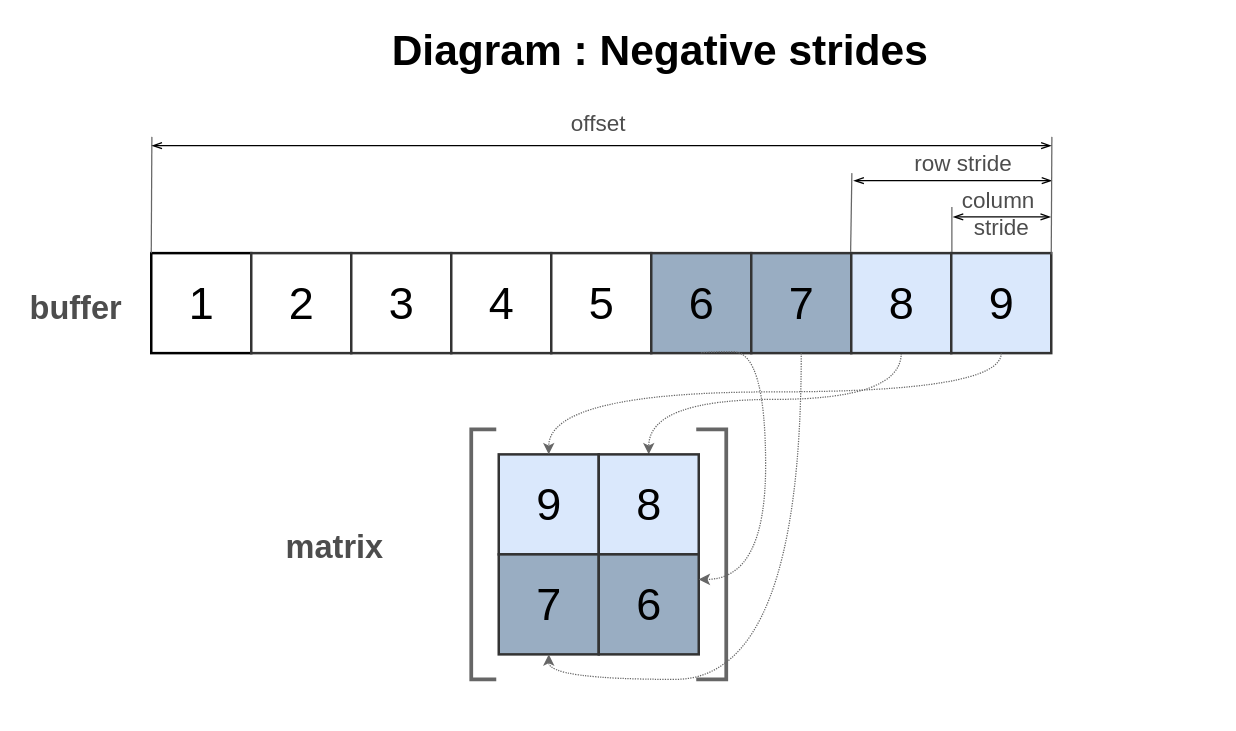
The draw.io diagram page "NegativeStrides" (4 of 4) of doc/img/Matrix.drawio in Wandalen/wMathMatrix, before the edit. Source tidied: cells renumbered, new cells numbered last; positions are measured from the earlier drawing's top-left corner, leaving out a move shared by most shapes. Both pictures are drawn from the tidied source at 125%, with x=0, y=0 at pixel (21, 21).
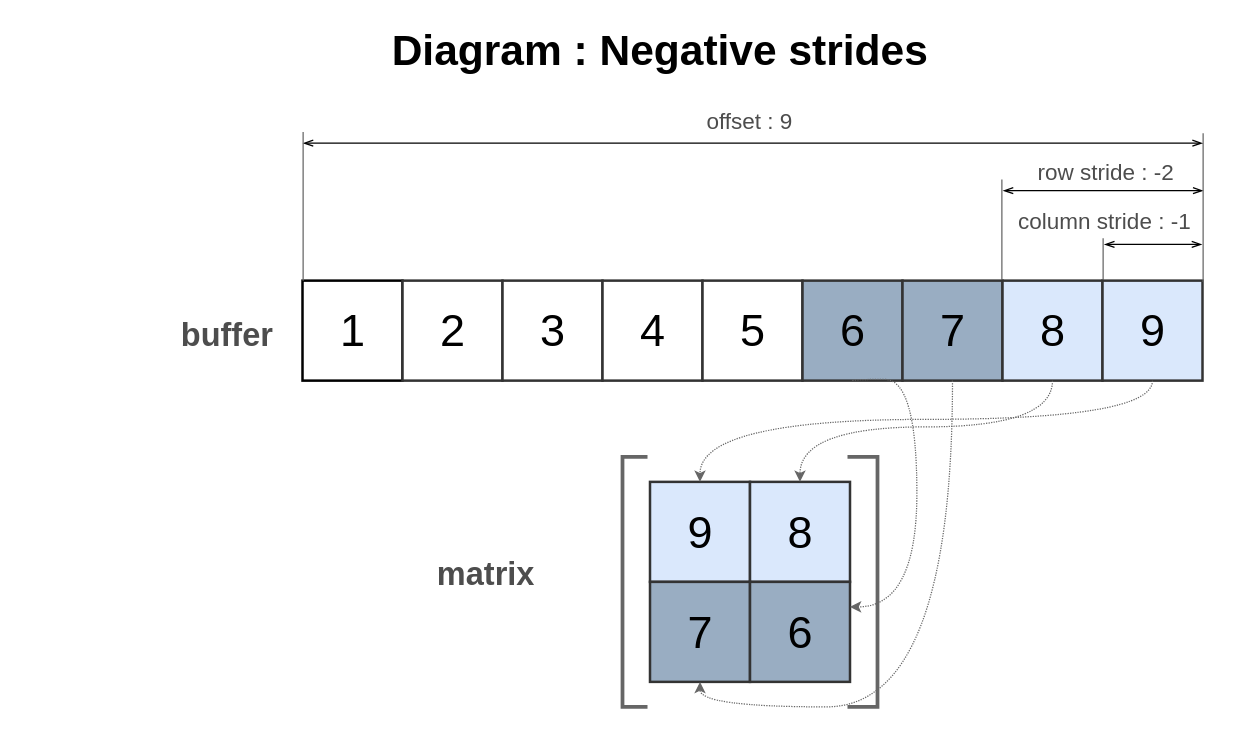
The same page after the edit.

Diff of the diagram source:
```diff
@@
+    <mxCell id="13" value="Diagram : Negative strides&amp;nbsp;" style="text;html=1;align=center;verticalAlign=middle;fontSize=34;fontColor=#000000;fontStyle=1;" parent="1" vertex="1">
+      <mxGeometry x="291" width="447" height="46" as="geometry" />
+    </mxCell>
+    <mxCell id="34" style="group;" parent="1" vertex="1">
+      <mxGeometry x="121" y="66" width="824" height="482" as="geometry" />
+    </mxCell>
-    <mxCell id="2" value="1" style="whiteSpace=wrap;html=1;strokeWidth=2;fontSize=36;strokeColor=#000000;fillColor=#FFFFFF;" parent="1" vertex="1">
-      <mxGeometry x="103.5" y="185" width="80" height="80" as="geometry" />
+    <mxCell id="2" value="1" style="whiteSpace=wrap;html=1;strokeWidth=2;fontSize=36;strokeColor=#000000;fillColor=#FFFFFF;" parent="34" vertex="1">
+      <mxGeometry x="103.5" y="141" width="80" height="80" as="geometry" />
     </mxCell>
-    <mxCell id="3" value="2" style="whiteSpace=wrap;html=1;strokeWidth=2;fontSize=36;fillColor=#FFFFFF;strokeColor=#333333;" parent="1" vertex="1">
-      <mxGeometry x="183.5" y="185" width="80" height="80" as="geometry" />
+    <mxCell id="3" value="2" style="whiteSpace=wrap;html=1;strokeWidth=2;fontSize=36;fillColor=#FFFFFF;strokeColor=#333333;" parent="34" vertex="1">
+      <mxGeometry x="183.5" y="141" width="80" height="80" as="geometry" />
     </mxCell>
-    <mxCell id="4" style="edgeStyle=orthogonalEdgeStyle;rounded=0;jettySize=auto;html=1;exitX=0.5;exitY=1;exitDx=0;exitDy=0;entryX=0.5;entryY=0;entryDx=0;entryDy=0;strokeColor=#666666;curved=1;dashed=1;dashPattern=1 1;" parent="1" edge="1" source="11" target="16">
-      <mxGeometry relative="1" as="geometry">
-        <Array as="points">
-          <mxPoint x="704" y="302" />
-          <mxPoint x="502" y="302" />
-        </Array>
-      </mxGeometry>
-    </mxCell>
-    <mxCell id="5" value="3" style="whiteSpace=wrap;html=1;strokeWidth=2;fontSize=36;strokeColor=#333333;fillColor=#FFFFFF;" parent="1" vertex="1">
-      <mxGeometry x="263.5" y="185" width="80" height="80" as="geometry" />
+    <mxCell id="5" value="3" style="whiteSpace=wrap;html=1;strokeWidth=2;fontSize=36;strokeColor=#333333;fillColor=#FFFFFF;" parent="34" vertex="1">
+      <mxGeometry x="263.5" y="141" width="80" height="80" as="geometry" />
     </mxCell>
-    <mxCell id="6" value="4" style="whiteSpace=wrap;html=1;strokeWidth=2;fontSize=36;fillColor=#FFFFFF;strokeColor=#333333;" parent="1" vertex="1">
-      <mxGeometry x="343.5" y="185" width="80" height="80" as="geometry" />
+    <mxCell id="6" value="4" style="whiteSpace=wrap;html=1;strokeWidth=2;fontSize=36;fillColor=#FFFFFF;strokeColor=#333333;" parent="34" vertex="1">
+      <mxGeometry x="343.5" y="141" width="80" height="80" as="geometry" />
     </mxCell>
-    <mxCell id="7" value="5" style="whiteSpace=wrap;html=1;strokeWidth=2;fontSize=36;strokeColor=#333333;fillColor=#FFFFFF;gradientColor=none;" parent="1" vertex="1">
-      <mxGeometry x="423.5" y="185" width="80" height="80" as="geometry" />
+    <mxCell id="7" value="5" style="whiteSpace=wrap;html=1;strokeWidth=2;fontSize=36;strokeColor=#333333;fillColor=#FFFFFF;gradientColor=none;" parent="34" vertex="1">
+      <mxGeometry x="423.5" y="141" width="80" height="80" as="geometry" />
     </mxCell>
-    <mxCell id="8" value="6" style="whiteSpace=wrap;html=1;strokeWidth=2;fontSize=36;fillColor=#99ADC2;strokeColor=#333333;" parent="1" vertex="1">
-      <mxGeometry x="503.5" y="185" width="80" height="80" as="geometry" />
+    <mxCell id="8" value="6" style="whiteSpace=wrap;html=1;strokeWidth=2;fontSize=36;fillColor=#99ADC2;strokeColor=#333333;" parent="34" vertex="1">
+      <mxGeometry x="503.5" y="141" width="80" height="80" as="geometry" />
     </mxCell>
-    <mxCell id="9" value="7" style="whiteSpace=wrap;html=1;strokeWidth=2;fontSize=36;strokeColor=#333333;fillColor=#99ADC2;fontColor=#000000;" parent="1" vertex="1">
-      <mxGeometry x="583.5" y="185" width="80" height="80" as="geometry" />
+    <mxCell id="9" value="7" style="whiteSpace=wrap;html=1;strokeWidth=2;fontSize=36;strokeColor=#333333;fillColor=#99ADC2;fontColor=#000000;" parent="34" vertex="1">
+      <mxGeometry x="583.5" y="141" width="80" height="80" as="geometry" />
     </mxCell>
-    <mxCell id="10" value="buffer" style="text;html=1;align=center;verticalAlign=middle;fontSize=26;fontColor=#4D4D4D;fontStyle=1;" parent="1" vertex="1">
-      <mxGeometry y="211" width="85" height="36" as="geometry" />
+    <mxCell id="10" value="buffer" style="text;html=1;align=center;verticalAlign=middle;fontSize=26;fontColor=#4D4D4D;fontStyle=1;" parent="34" vertex="1">
+      <mxGeometry y="167" width="85" height="36" as="geometry" />
     </mxCell>
-    <mxCell id="11" value="8" style="whiteSpace=wrap;html=1;strokeWidth=2;fontSize=36;strokeColor=#333333;fillColor=#DAE8FC;" parent="1" vertex="1">
-      <mxGeometry x="663.5" y="185" width="80" height="80" as="geometry" />
+    <mxCell id="11" value="8" style="whiteSpace=wrap;html=1;strokeWidth=2;fontSize=36;strokeColor=#333333;fillColor=#DAE8FC;" parent="34" vertex="1">
+      <mxGeometry x="663.5" y="141" width="80" height="80" as="geometry" />
     </mxCell>
-    <mxCell id="12" value="9" style="whiteSpace=wrap;html=1;strokeWidth=2;fontSize=36;strokeColor=#333333;fillColor=#DAE8FC;" parent="1" vertex="1">
-      <mxGeometry x="743.5" y="185" width="80" height="80" as="geometry" />
+    <mxCell id="12" value="9" style="whiteSpace=wrap;html=1;strokeWidth=2;fontSize=36;strokeColor=#333333;fillColor=#DAE8FC;" parent="34" vertex="1">
+      <mxGeometry x="743.5" y="141" width="80" height="80" as="geometry" />
     </mxCell>
-    <mxCell id="13" value="Diagram : Negative strides&amp;nbsp;" style="text;html=1;align=center;verticalAlign=middle;fontSize=34;fontColor=#000000;fontStyle=1;" parent="1" vertex="1">
-      <mxGeometry x="291" width="447" height="46" as="geometry" />
-    </mxCell>
-    <mxCell id="14" value="matrix" style="text;html=1;align=center;verticalAlign=middle;fontSize=26;fontColor=#4D4D4D;fontStyle=1;" parent="1" vertex="1">
-      <mxGeometry x="206" y="402" width="88" height="36" as="geometry" />
+    <mxCell id="14" value="matrix" style="text;html=1;align=center;verticalAlign=middle;fontSize=26;fontColor=#4D4D4D;fontStyle=1;" parent="34" vertex="1">
+      <mxGeometry x="206" y="358" width="88" height="36" as="geometry" />
     </mxCell>
-    <mxCell id="15" value="9" style="whiteSpace=wrap;html=1;strokeWidth=2;fontSize=36;strokeColor=#333333;fillColor=#DAE8FC;" parent="1" vertex="1">
-      <mxGeometry x="381.5" y="346" width="80" height="80" as="geometry" />
+    <mxCell id="15" value="9" style="whiteSpace=wrap;html=1;strokeWidth=2;fontSize=36;strokeColor=#333333;fillColor=#DAE8FC;" parent="34" vertex="1">
+      <mxGeometry x="381.5" y="302" width="80" height="80" as="geometry" />
     </mxCell>
-    <mxCell id="16" value="8" style="whiteSpace=wrap;html=1;strokeWidth=2;fontSize=36;strokeColor=#333333;fillColor=#DAE8FC;" parent="1" vertex="1">
-      <mxGeometry x="461.5" y="346" width="80" height="80" as="geometry" />
+    <mxCell id="16" value="8" style="whiteSpace=wrap;html=1;strokeWidth=2;fontSize=36;strokeColor=#333333;fillColor=#DAE8FC;" parent="34" vertex="1">
+      <mxGeometry x="461.5" y="302" width="80" height="80" as="geometry" />
     </mxCell>
-    <mxCell id="17" value="7" style="whiteSpace=wrap;html=1;strokeWidth=2;fontSize=36;strokeColor=#333333;fillColor=#99ADC2;gradientColor=none;" parent="1" vertex="1">
-      <mxGeometry x="381.5" y="426" width="80" height="80" as="geometry" />
+    <mxCell id="17" value="7" style="whiteSpace=wrap;html=1;strokeWidth=2;fontSize=36;strokeColor=#333333;fillColor=#99ADC2;gradientColor=none;" parent="34" vertex="1">
+      <mxGeometry x="381.5" y="382" width="80" height="80" as="geometry" />
     </mxCell>
-    <mxCell id="18" value="6" style="whiteSpace=wrap;html=1;strokeWidth=2;fontSize=36;strokeColor=#333333;fillColor=#99ADC2;fontColor=#000000;" parent="1" vertex="1">
-      <mxGeometry x="461.5" y="426" width="80" height="80" as="geometry" />
+    <mxCell id="18" value="6" style="whiteSpace=wrap;html=1;strokeWidth=2;fontSize=36;strokeColor=#333333;fillColor=#99ADC2;fontColor=#000000;" parent="34" vertex="1">
+      <mxGeometry x="461.5" y="382" width="80" height="80" as="geometry" />
     </mxCell>
-    <mxCell id="19" style="endArrow=none;html=1;fontSize=40;strokeWidth=3;rounded=0;strokeColor=#666666;" parent="1" edge="1">
+    <mxCell id="19" style="endArrow=none;html=1;fontSize=40;strokeWidth=3;rounded=0;strokeColor=#666666;" parent="34" edge="1">
       <mxGeometry relative="1" as="geometry">
-        <mxPoint x="379.5" y="526" as="sourcePoint" />
-        <mxPoint x="379.5" y="326" as="targetPoint" />
+        <mxPoint x="379.5" y="482" as="sourcePoint" />
+        <mxPoint x="379.5" y="282" as="targetPoint" />
         <Array as="points">
-          <mxPoint x="359.5" y="526" />
-          <mxPoint x="359.5" y="326" />
+          <mxPoint x="359.5" y="482" />
+          <mxPoint x="359.5" y="282" />
         </Array>
       </mxGeometry>
     </mxCell>
-    <mxCell id="20" style="endArrow=none;html=1;fontSize=40;strokeWidth=3;rounded=0;strokeColor=#666666;" parent="1" edge="1">
+    <mxCell id="20" style="endArrow=none;html=1;fontSize=40;strokeWidth=3;rounded=0;strokeColor=#666666;" parent="34" edge="1">
       <mxGeometry relative="1" as="geometry">
-        <mxPoint x="539.5" y="326" as="sourcePoint" />
-        <mxPoint x="539.5" y="526" as="targetPoint" />
+        <mxPoint x="539.5" y="282" as="sourcePoint" />
+        <mxPoint x="539.5" y="482" as="targetPoint" />
         <Array as="points">
-          <mxPoint x="563.5" y="326" />
-          <mxPoint x="563.5" y="526" />
+          <mxPoint x="563.5" y="282" />
+          <mxPoint x="563.5" y="482" />
         </Array>
       </mxGeometry>
     </mxCell>
+    <mxCell id="4" style="edgeStyle=orthogonalEdgeStyle;rounded=0;jettySize=auto;html=1;exitX=0.5;exitY=1;exitDx=0;exitDy=0;entryX=0.5;entryY=0;entryDx=0;entryDy=0;strokeColor=#666666;curved=1;dashed=1;dashPattern=1 1;" parent="34" edge="1" source="11" target="16">
+      <mxGeometry relative="1" as="geometry">
+        <Array as="points">
+          <mxPoint x="704" y="258" />
+          <mxPoint x="502" y="258" />
+        </Array>
+      </mxGeometry>
+    </mxCell>
-    <mxCell id="21" style="edgeStyle=orthogonalEdgeStyle;rounded=0;jettySize=auto;html=1;exitX=0.5;exitY=1;exitDx=0;exitDy=0;entryX=0.5;entryY=0;entryDx=0;entryDy=0;strokeColor=#666666;curved=1;dashed=1;dashPattern=1 1;" parent="1" edge="1" source="12" target="15">
+    <mxCell id="21" style="edgeStyle=orthogonalEdgeStyle;rounded=0;jettySize=auto;html=1;exitX=0.5;exitY=1;exitDx=0;exitDy=0;entryX=0.5;entryY=0;entryDx=0;entryDy=0;strokeColor=#666666;curved=1;dashed=1;dashPattern=1 1;" parent="34" edge="1" source="12" target="15">
       <mxGeometry relative="1" as="geometry">
         <Array as="points">
-          <mxPoint x="784" y="296" />
-          <mxPoint x="422" y="296" />
+          <mxPoint x="784" y="252" />
+          <mxPoint x="422" y="252" />
         </Array>
       </mxGeometry>
     </mxCell>
-    <mxCell id="22" style="edgeStyle=orthogonalEdgeStyle;rounded=0;jettySize=auto;html=1;exitX=0.5;exitY=1;exitDx=0;exitDy=0;strokeColor=#666666;curved=1;dashed=1;dashPattern=1 1;entryX=1;entryY=0.25;entryDx=0;entryDy=0;" parent="1" edge="1" source="8" target="18">
+    <mxCell id="22" style="edgeStyle=orthogonalEdgeStyle;rounded=0;jettySize=auto;html=1;exitX=0.5;exitY=1;exitDx=0;exitDy=0;strokeColor=#666666;curved=1;dashed=1;dashPattern=1 1;entryX=1;entryY=0.25;entryDx=0;entryDy=0;" parent="34" edge="1" source="8" target="18">
       <mxGeometry relative="1" as="geometry">
         <Array as="points">
-          <mxPoint x="595" y="264" />
-          <mxPoint x="595" y="446" />
+          <mxPoint x="595" y="220" />
+          <mxPoint x="595" y="402" />
         </Array>
       </mxGeometry>
     </mxCell>
-    <mxCell id="23" style="edgeStyle=orthogonalEdgeStyle;rounded=0;jettySize=auto;html=1;entryX=0.5;entryY=1;entryDx=0;entryDy=0;strokeColor=#666666;curved=1;dashed=1;dashPattern=1 1;exitX=0.5;exitY=1;exitDx=0;exitDy=0;" parent="1" edge="1" source="9" target="17">
+    <mxCell id="23" style="edgeStyle=orthogonalEdgeStyle;rounded=0;jettySize=auto;html=1;entryX=0.5;entryY=1;entryDx=0;entryDy=0;strokeColor=#666666;curved=1;dashed=1;dashPattern=1 1;exitX=0.5;exitY=1;exitDx=0;exitDy=0;" parent="34" edge="1" source="9" target="17">
       <mxGeometry relative="1" as="geometry" />
     </mxCell>
-    <mxCell id="24" value="column&lt;br&gt;&amp;nbsp;stride" style="text;html=1;align=center;verticalAlign=middle;fontSize=18;fontColor=#4D4D4D;" parent="1" vertex="1">
-      <mxGeometry x="746" y="129" width="69" height="49" as="geometry" />
+    <mxCell id="24" value="column stride : -1" style="text;html=1;align=center;verticalAlign=middle;fontSize=18;fontColor=#4D4D4D;" parent="34" vertex="1">
+      <mxGeometry x="670" y="80" width="149" height="27" as="geometry" />
     </mxCell>
-    <mxCell id="25" value="row stride" style="text;html=1;align=center;verticalAlign=middle;fontSize=18;fontColor=#4D4D4D;" parent="1" vertex="1">
-      <mxGeometry x="708" y="100" width="89" height="27" as="geometry" />
+    <mxCell id="25" value="row stride : -2" style="text;html=1;align=center;verticalAlign=middle;fontSize=18;fontColor=#4D4D4D;" parent="34" vertex="1">
+      <mxGeometry x="686" y="41" width="120" height="27" as="geometry" />
     </mxCell>
-    <mxCell id="26" style="endArrow=none;html=1;strokeColor=#666666;strokeWidth=1;fontSize=26;fontColor=#333333;exitX=0;exitY=0;exitDx=0;exitDy=0;" parent="1" edge="1">
+    <mxCell id="26" style="endArrow=none;html=1;strokeColor=#666666;strokeWidth=1;fontSize=26;fontColor=#333333;exitX=0;exitY=0;exitDx=0;exitDy=0;" parent="34" edge="1">
       <mxGeometry relative="1" as="geometry">
-        <mxPoint x="663" y="184" as="sourcePoint" />
-        <mxPoint x="664" y="121" as="targetPoint" />
+        <mxPoint x="663" y="140" as="sourcePoint" />
+        <mxPoint x="663" y="60" as="targetPoint" />
       </mxGeometry>
     </mxCell>
-    <mxCell id="27" style="endArrow=openThin;startArrow=openThin;html=1;strokeColor=#000000;strokeWidth=1;fontSize=26;fontColor=#333333;startFill=0;endFill=0;" parent="1" edge="1">
+    <mxCell id="27" style="endArrow=openThin;startArrow=openThin;html=1;strokeColor=#000000;strokeWidth=1;fontSize=26;fontColor=#333333;startFill=0;endFill=0;" parent="34" edge="1">
       <mxGeometry relative="1" as="geometry">
-        <mxPoint x="745" y="156" as="sourcePoint" />
-        <mxPoint x="823" y="156" as="targetPoint" />
+        <mxPoint x="745" y="112" as="sourcePoint" />
+        <mxPoint x="823" y="112" as="targetPoint" />
       </mxGeometry>
     </mxCell>
-    <mxCell id="28" style="endArrow=none;html=1;strokeColor=#666666;strokeWidth=1;fontSize=26;fontColor=#333333;exitX=0;exitY=0;exitDx=0;exitDy=0;" parent="1" edge="1">
-      <mxGeometry relative="1" as="geometry">
-        <mxPoint x="103.5" y="185" as="sourcePoint" />
-        <mxPoint x="104" y="92" as="targetPoint" />
-      </mxGeometry>
-    </mxCell>
-    <mxCell id="29" style="endArrow=openThin;startArrow=openThin;html=1;strokeColor=#000000;strokeWidth=1;fontSize=26;fontColor=#333333;startFill=0;endFill=0;" parent="1" edge="1">
+    <mxCell id="29" style="endArrow=openThin;startArrow=openThin;html=1;strokeColor=#000000;strokeWidth=1;fontSize=26;fontColor=#333333;startFill=0;endFill=0;" parent="34" edge="1">
       <mxGeometry relative="1" as="geometry">
-        <mxPoint x="665.5" y="127" as="sourcePoint" />
-        <mxPoint x="824" y="127" as="targetPoint" />
+        <mxPoint x="664" y="69" as="sourcePoint" />
+        <mxPoint x="824" y="69" as="targetPoint" />
       </mxGeometry>
     </mxCell>
-    <mxCell id="30" style="endArrow=none;html=1;strokeColor=#666666;strokeWidth=1;fontSize=26;fontColor=#333333;exitX=0;exitY=0;exitDx=0;exitDy=0;" parent="1" edge="1">
+    <mxCell id="30" style="endArrow=none;html=1;strokeColor=#666666;strokeWidth=1;fontSize=26;fontColor=#333333;exitX=0;exitY=0;exitDx=0;exitDy=0;" parent="34" edge="1">
       <mxGeometry relative="1" as="geometry">
-        <mxPoint x="744" y="184" as="sourcePoint" />
-        <mxPoint x="744" y="148" as="targetPoint" />
+        <mxPoint x="744" y="140" as="sourcePoint" />
+        <mxPoint x="744" y="107" as="targetPoint" />
       </mxGeometry>
     </mxCell>
-    <mxCell id="31" style="endArrow=none;html=1;strokeColor=#666666;strokeWidth=1;fontSize=26;fontColor=#333333;exitX=0;exitY=0;exitDx=0;exitDy=0;" parent="1" edge="1">
+    <mxCell id="31" style="endArrow=none;html=1;strokeColor=#666666;strokeWidth=1;fontSize=26;fontColor=#333333;exitX=0;exitY=0;exitDx=0;exitDy=0;" parent="34" edge="1">
       <mxGeometry relative="1" as="geometry">
-        <mxPoint x="823.5" y="186" as="sourcePoint" />
-        <mxPoint x="824" y="92" as="targetPoint" />
+        <mxPoint x="824" y="142" as="sourcePoint" />
+        <mxPoint x="824" y="23" as="targetPoint" />
       </mxGeometry>
     </mxCell>
-    <mxCell id="32" style="endArrow=openThin;startArrow=openThin;html=1;strokeColor=#000000;strokeWidth=1;fontSize=26;fontColor=#333333;startFill=0;endFill=0;" parent="1" edge="1">
+    <mxCell id="32" style="endArrow=openThin;startArrow=openThin;html=1;strokeColor=#000000;strokeWidth=1;fontSize=26;fontColor=#333333;startFill=0;endFill=0;" parent="34" edge="1">
       <mxGeometry relative="1" as="geometry">
-        <mxPoint x="104" y="99" as="sourcePoint" />
-        <mxPoint x="823.5" y="99" as="targetPoint" />
+        <mxPoint x="104" y="31" as="sourcePoint" />
+        <mxPoint x="823.5" y="31" as="targetPoint" />
       </mxGeometry>
     </mxCell>
-    <mxCell id="33" value="offset" style="text;html=1;align=center;verticalAlign=middle;fontSize=18;fontColor=#4D4D4D;" parent="1" vertex="1">
-      <mxGeometry x="433" y="68" width="55" height="27" as="geometry" />
+    <mxCell id="33" value="offset : 9" style="text;html=1;align=center;verticalAlign=middle;fontSize=18;fontColor=#4D4D4D;" parent="34" vertex="1">
+      <mxGeometry x="421" width="80" height="27" as="geometry" />
     </mxCell>
+    <mxCell id="35" style="endArrow=none;html=1;strokeColor=#666666;strokeWidth=1;fontSize=26;fontColor=#333333;exitX=0;exitY=0;exitDx=0;exitDy=0;" parent="34" edge="1">
+      <mxGeometry relative="1" as="geometry">
+        <mxPoint x="104" y="141" as="sourcePoint" />
+        <mxPoint x="104" y="22" as="targetPoint" />
+      </mxGeometry>
+    </mxCell>
```
